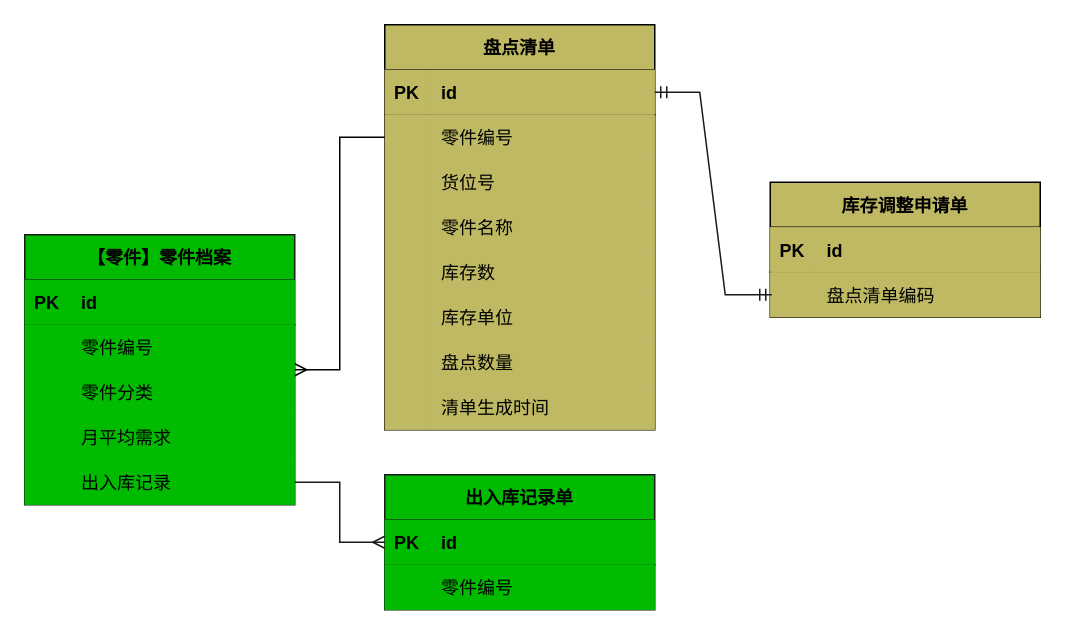
Earlier version of the draw.io diagram page "库存盘点聚合根" (5 of 6) of 库存管理-库存盘点.drawio (1132489442/gitRepository1). Source tidied: cells renumbered, new cells numbered last; positions are measured from the earlier drawing's top-left corner, leaving out a move shared by most shapes. Both pictures are drawn from the tidied source at 150%, with x=0, y=0 at pixel (24, 24).
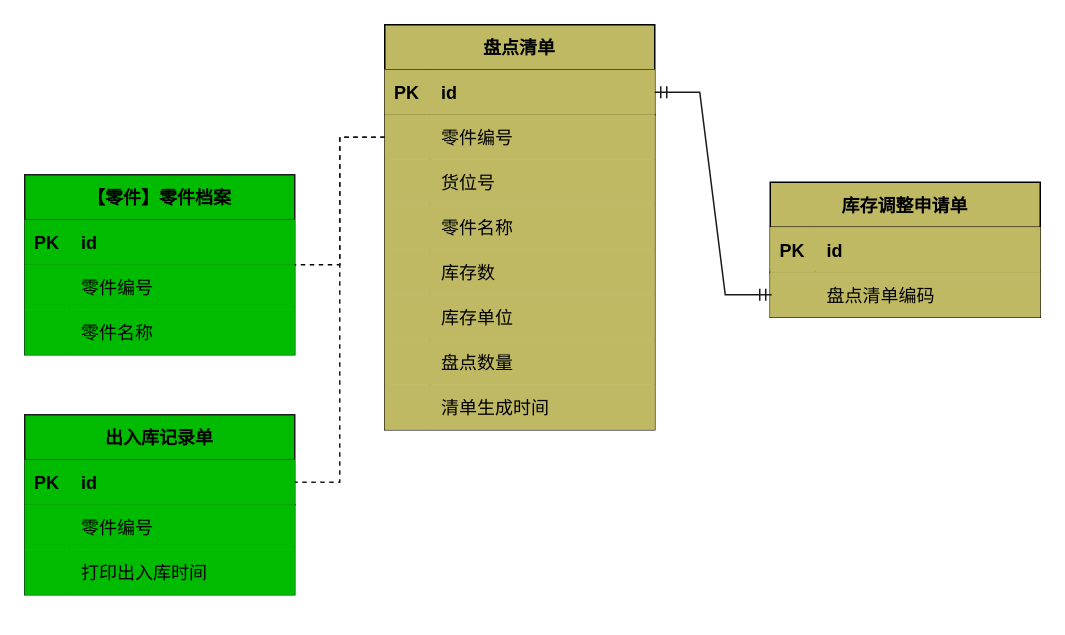
After the change.

Unchanged cells that the change refers to:
```xml
<mxCell id="6" style="shape=tableRow;horizontal=0;startSize=0;swimlaneHead=0;swimlaneBody=0;fillColor=#BFB963;points=[[0,0.5],[1,0.5]];portConstraint=eastwest;top=0;left=0;right=0;bottom=0;" parent="2" vertex="1">
  <mxGeometry y="60" width="180" height="30" as="geometry" />
</mxCell>
<mxCell id="34" style="shape=tableRow;horizontal=0;startSize=0;swimlaneHead=0;swimlaneBody=0;fillColor=#00BB00;top=0;left=0;right=0;bottom=0;strokeColor=#1A1A1A;" parent="27" vertex="1">
  <mxGeometry y="90" width="180" height="30" as="geometry" />
</mxCell>
<mxCell id="52" style="shape=tableRow;horizontal=0;startSize=0;swimlaneHead=0;swimlaneBody=0;fillColor=#00BB00;points=[[0,0.5],[1,0.5]];portConstraint=eastwest;top=0;left=0;right=0;bottom=1;strokeColor=#1A1A1A;" parent="51" vertex="1">
  <mxGeometry y="30" width="180" height="30" as="geometry" />
</mxCell>
```

Diff of the diagram source:
```diff
@@
     <mxCell id="27" value="【零件】零件档案" style="shape=table;startSize=30;childLayout=tableLayout;rowLines=0;fontStyle=1;align=center;fillColor=#00BB00;strokeColor=#1A1A1A;" parent="1" vertex="1">
-      <mxGeometry y="140" width="180" height="180" as="geometry" />
+      <mxGeometry y="100" width="180" height="120" as="geometry" />
     </mxCell>
@@
-    <mxCell id="36" value="零件分类" style="shape=partialRectangle;fillColor=#00BB00;top=0;left=0;bottom=0;right=0;align=left;spacingLeft=6;overflow=hidden;strokeColor=#1A1A1A;" parent="34" vertex="1">
+    <mxCell id="36" value="零件名称" style="shape=partialRectangle;fillColor=#00BB00;top=0;left=0;bottom=0;right=0;align=left;spacingLeft=6;overflow=hidden;strokeColor=#1A1A1A;" parent="34" vertex="1">
       <mxGeometry x="30" width="150" height="30" as="geometry" />
     </mxCell>
-    <mxCell id="37" style="shape=tableRow;horizontal=0;startSize=0;swimlaneHead=0;swimlaneBody=0;fillColor=#00BB00;top=0;left=0;right=0;bottom=0;strokeColor=#1A1A1A;" parent="27" vertex="1">
-      <mxGeometry y="120" width="180" height="30" as="geometry" />
-    </mxCell>
-    <mxCell id="38" style="shape=partialRectangle;fillColor=#00BB00;top=0;left=0;bottom=0;right=0;overflow=hidden;strokeColor=#1A1A1A;" parent="37" vertex="1">
-      <mxGeometry width="30" height="30" as="geometry" />
-    </mxCell>
-    <mxCell id="39" value="月平均需求" style="shape=partialRectangle;fillColor=#00BB00;top=0;left=0;bottom=0;right=0;align=left;spacingLeft=6;overflow=hidden;strokeColor=#1A1A1A;" parent="37" vertex="1">
-      <mxGeometry x="30" width="150" height="30" as="geometry" />
-    </mxCell>
-    <mxCell id="40" style="shape=tableRow;horizontal=0;startSize=0;swimlaneHead=0;swimlaneBody=0;fillColor=#00BB00;points=[[0,0.5],[1,0.5]];portConstraint=eastwest;top=0;left=0;right=0;bottom=0;strokeColor=#1A1A1A;" parent="27" vertex="1">
-      <mxGeometry y="150" width="180" height="30" as="geometry" />
-    </mxCell>
-    <mxCell id="41" style="shape=partialRectangle;fillColor=#00BB00;top=0;left=0;bottom=0;right=0;overflow=hidden;strokeColor=#1A1A1A;" parent="40" vertex="1">
-      <mxGeometry width="30" height="30" as="geometry" />
-    </mxCell>
-    <mxCell id="42" value="出入库记录" style="shape=partialRectangle;fillColor=#00BB00;top=0;left=0;bottom=0;right=0;align=left;spacingLeft=6;overflow=hidden;strokeColor=#1A1A1A;" parent="40" vertex="1">
-      <mxGeometry x="30" width="150" height="30" as="geometry" />
-    </mxCell>
-    <mxCell id="43" style="edgeStyle=entityRelationEdgeStyle;fontSize=12;html=1;endArrow=ERmany;rounded=0;exitX=0;exitY=0.5;exitDx=0;exitDy=0;entryX=1;entryY=0.5;entryDx=0;entryDy=0;" parent="1" edge="1" source="6" target="27">
+    <mxCell id="43" style="edgeStyle=entityRelationEdgeStyle;fontSize=12;html=1;endArrow=none;rounded=0;exitX=0;exitY=0.5;exitDx=0;exitDy=0;entryX=1;entryY=0.5;entryDx=0;entryDy=0;dashed=1;endFill=0;" parent="1" edge="1" source="6" target="27">
       <mxGeometry relative="1" as="geometry" />
     </mxCell>
@@
     <mxCell id="51" value="出入库记录单" style="shape=table;startSize=30;childLayout=tableLayout;rowLines=0;fontStyle=1;align=center;fillColor=#00BB00;strokeColor=#1A1A1A;" parent="1" vertex="1">
-      <mxGeometry x="240" y="300" width="180" height="90" as="geometry" />
+      <mxGeometry y="260" width="180" height="120" as="geometry" />
     </mxCell>
@@
+    <mxCell id="60" style="shape=tableRow;horizontal=0;startSize=0;swimlaneHead=0;swimlaneBody=0;fillColor=#00BB00;top=0;left=0;right=0;bottom=0;strokeColor=#1A1A1A;" parent="51" vertex="1">
+      <mxGeometry y="90" width="180" height="30" as="geometry" />
+    </mxCell>
+    <mxCell id="61" style="shape=partialRectangle;fillColor=#00BB00;top=0;left=0;bottom=0;right=0;overflow=hidden;strokeColor=#1A1A1A;" parent="60" vertex="1">
+      <mxGeometry width="30" height="30" as="geometry" />
+    </mxCell>
+    <mxCell id="62" value="打印出入库时间" style="shape=partialRectangle;fillColor=#00BB00;top=0;left=0;bottom=0;right=0;align=left;spacingLeft=6;overflow=hidden;strokeColor=#1A1A1A;" parent="60" vertex="1">
+      <mxGeometry x="30" width="150" height="30" as="geometry" />
+    </mxCell>
-    <mxCell id="58" style="edgeStyle=entityRelationEdgeStyle;fontSize=12;html=1;endArrow=ERmany;rounded=0;strokeColor=#1A1A1A;" parent="1" edge="1" source="40" target="52">
+    <mxCell id="58" style="edgeStyle=entityRelationEdgeStyle;fontSize=12;html=1;endArrow=none;rounded=0;strokeColor=#1A1A1A;dashed=1;endFill=0;exitX=0;exitY=0.5;exitDx=0;exitDy=0;" parent="1" edge="1" source="6" target="52">
       <mxGeometry relative="1" as="geometry" />
     </mxCell>
```
